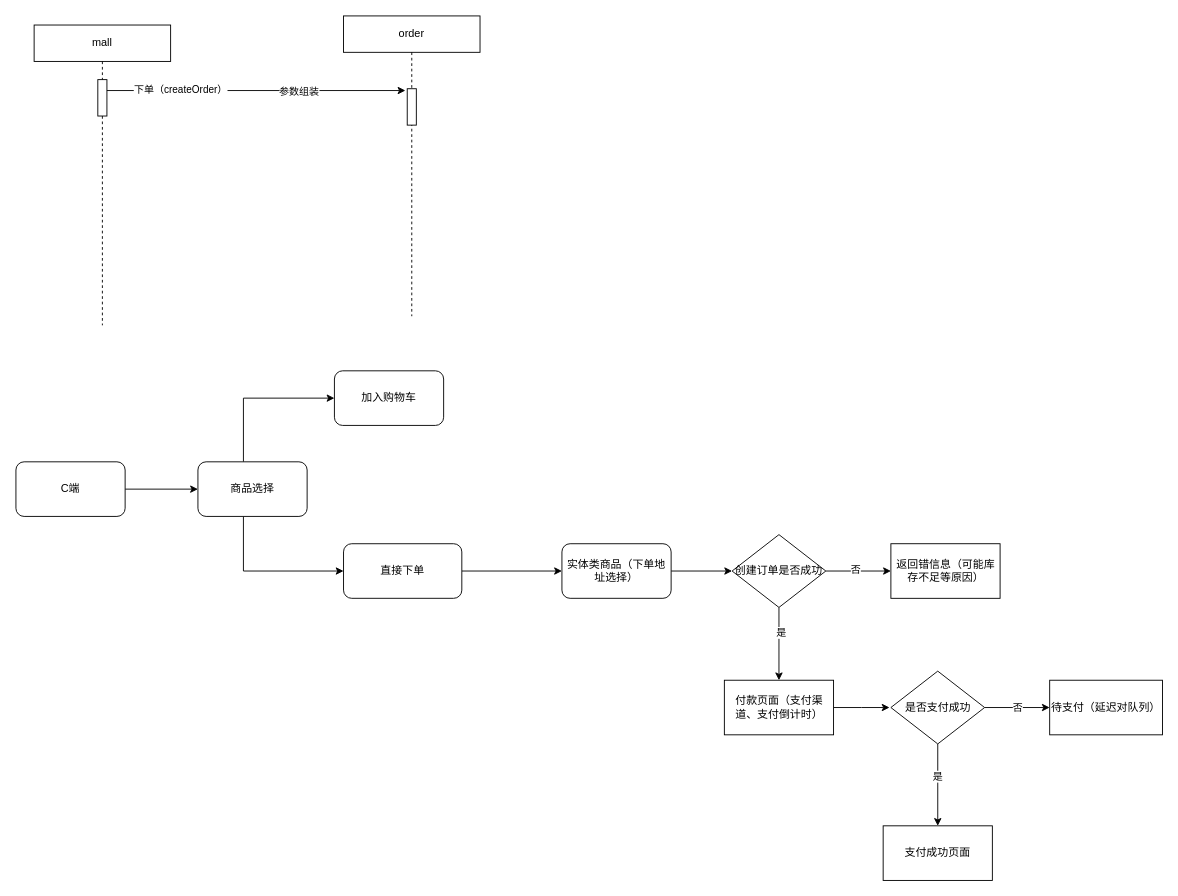
Earlier version of the draw.io diagram 婚奢汇业务流程图/订单系统.drawio (YYB1024/myRemoteRepo). Source tidied: cells renumbered, new cells numbered last; positions are measured from the earlier drawing's top-left corner, leaving out a move shared by most shapes. Both pictures are drawn from the tidied source at 91%, with x=0, y=0 at pixel (15, 15).
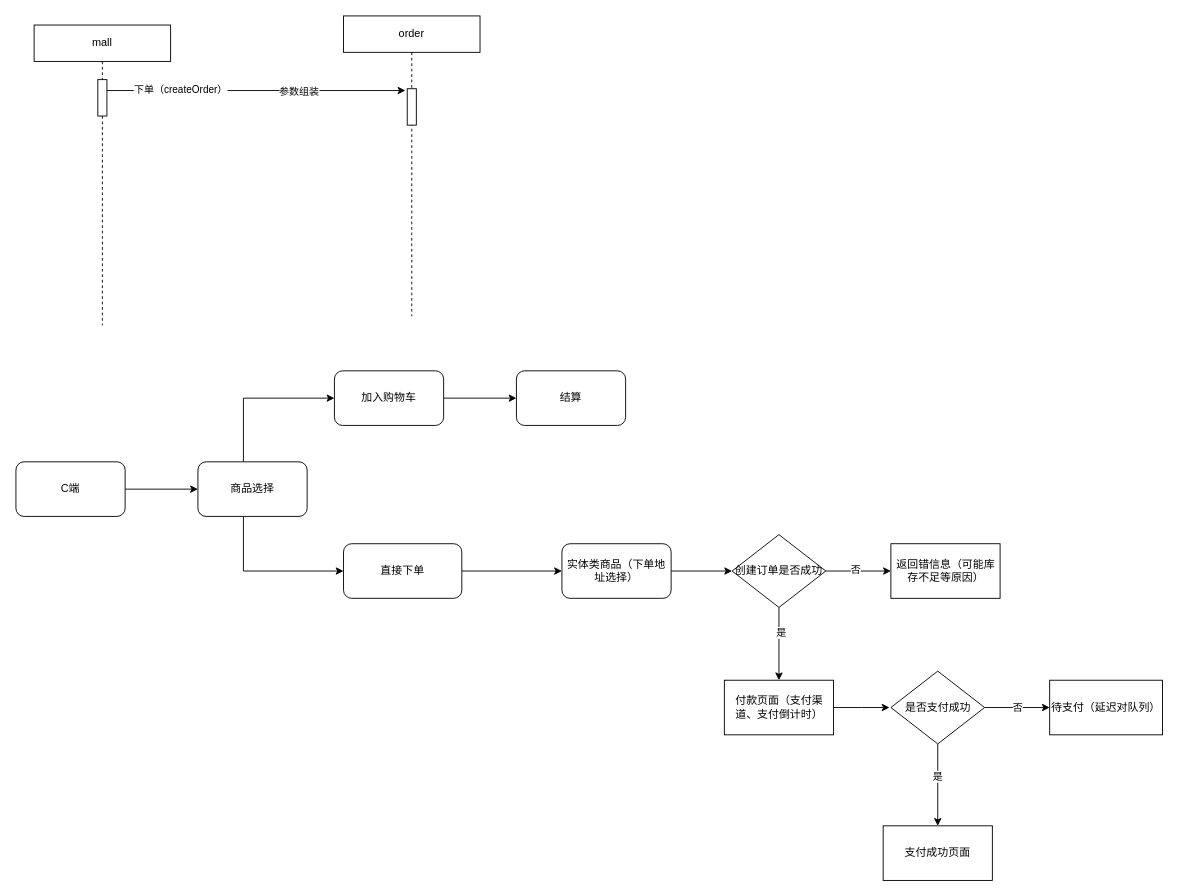
The same diagram, later.

Commit message (it also covers changes not shown here):
更新订单系统.drawio

Unchanged cells that the change refers to:
```xml
<mxCell id="16" value="加入购物车" style="rounded=1;whiteSpace=wrap;html=1;" parent="1" vertex="1">
  <mxGeometry x="350" y="390" width="120" height="60" as="geometry" />
</mxCell>
```

The edit, as a diff of the source:
```diff
@@
+    <mxCell id="33" style="edgeStyle=orthogonalEdgeStyle;rounded=0;jettySize=auto;html=1;" parent="1" edge="1" source="16" target="34">
+      <mxGeometry relative="1" as="geometry" />
+    </mxCell>
@@
+    <mxCell id="34" value="结算" style="whiteSpace=wrap;html=1;rounded=1;" parent="1" vertex="1">
+      <mxGeometry x="550" y="390" width="120" height="60" as="geometry" />
+    </mxCell>
```
